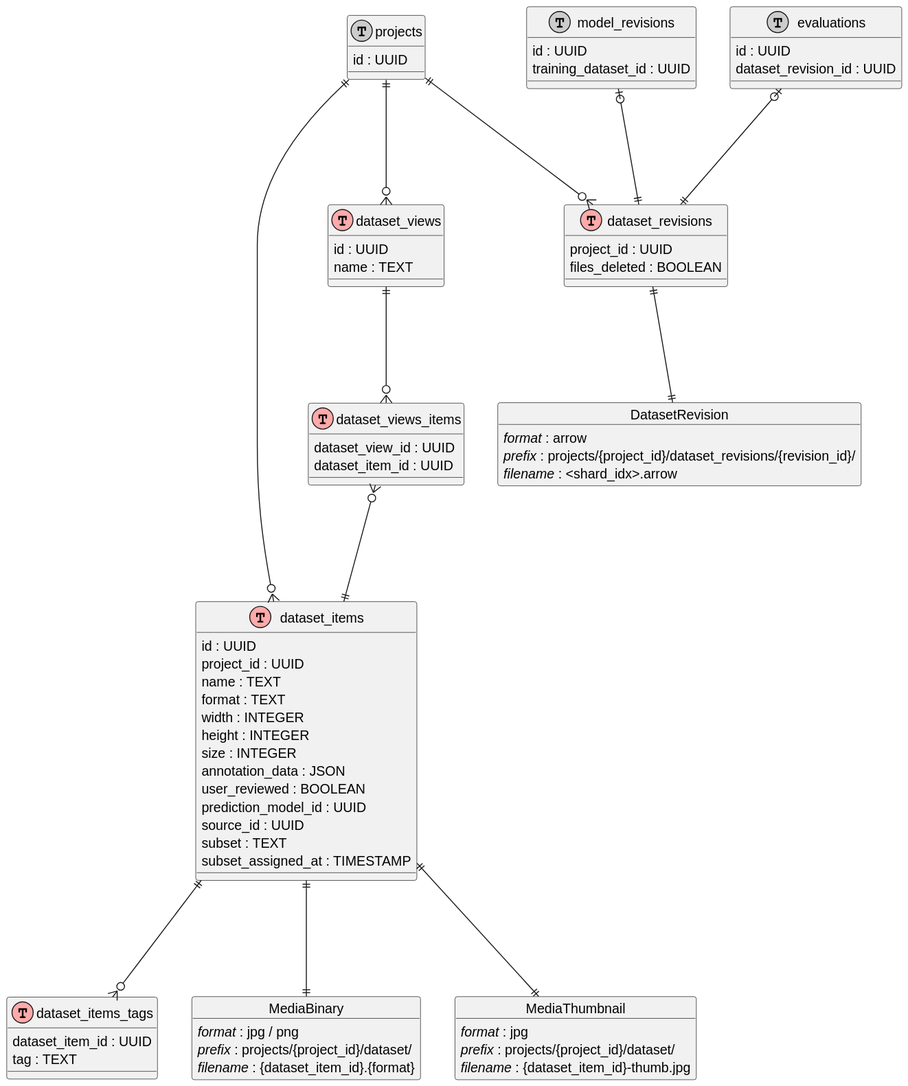
Above: application/docs/media/storage/datasets.svg in Unity-Billal-mesloub/training_extensions. (PlantUML), before the change. Source of this version:
```plantuml
@startuml
class dataset_items << (T,#FFAAAA) >> {
  id : UUID
  project_id : UUID
  name : TEXT
  format : TEXT
  width : INTEGER
  height : INTEGER
  size : INTEGER
  annotation_data : JSON
  user_reviewed : BOOLEAN
  prediction_model_id : UUID
  source_id : UUID
  subset : TEXT
  subset_assigned_at : TIMESTAMP
}

class dataset_items_tags << (T,#FFAAAA) >> {
  dataset_item_id : UUID
  tag : TEXT
}

dataset_items ||---o{ dataset_items_tags

class dataset_views << (T,#FFAAAA) >> {
  id : UUID
  name : TEXT
}

class dataset_views_items << (T,#FFAAAA) >> {
  dataset_view_id : UUID
  dataset_item_id : UUID
}

dataset_views ||---o{ dataset_views_items

dataset_views_items }o---|| dataset_items

class dataset_revisions << (T,#FFAAAA) >> {
  project_id : UUID
  files_deleted : BOOLEAN
}

object MediaBinary {
  <i>format</i> : jpg / png
  <i>prefix</i> : projects/{project_id}/dataset/
  <i>filename</i> : {dataset_item_id}.{format}
}

object MediaThumbnail {
  <i>format</i> : jpg
  <i>prefix</i> : projects/{project_id}/dataset/
  <i>filename</i> : {dataset_item_id}-thumb.jpg
}

object DatasetRevision {
  <i>format</i> : arrow
  <i>prefix</i> : projects/{project_id}/dataset_revisions/{revision_id}/
  <i>filename</i> : <shard_idx>.arrow
}

dataset_items ||---|| MediaBinary

dataset_items ||---|| MediaThumbnail

dataset_revisions ||---|| DatasetRevision

class projects << (T,#CCCCCC) >> {
  id : UUID
}

projects ||---o{ dataset_items
projects ||---o{ dataset_views
projects ||---o{ dataset_revisions

class model_revisions << (T,#CCCCCC) >> {
  id : UUID
  training_dataset_id : UUID
}

model_revisions |o---|| dataset_revisions

class evaluations << (T,#CCCCCC) >> {
  id : UUID
  dataset_revision_id : UUID
}

evaluations |o---|| dataset_revisions
@enduml
```
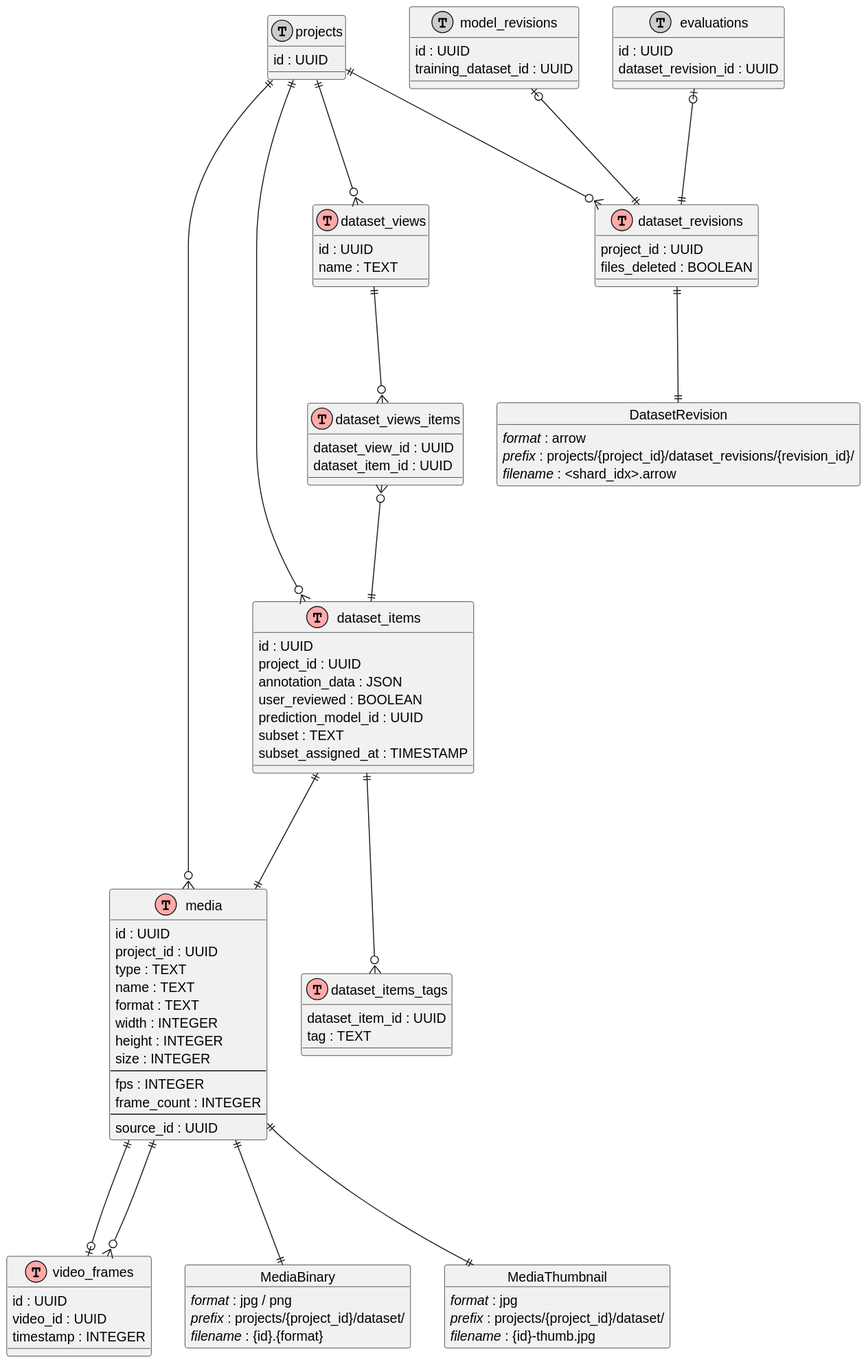
Later version of the same file.

Commit message:
Video upload design (#5224)

The edit, as a diff of the source:
```diff
@@ -1,16 +1,33 @@
 @startuml
-class dataset_items << (T,#FFAAAA) >> {
+
+class media << (T,#FFAAAA) >> {
   id : UUID
   project_id : UUID
+  type : TEXT
   name : TEXT
   format : TEXT
   width : INTEGER
   height : INTEGER
   size : INTEGER
+  --
+  fps : INTEGER
+  frame_count : INTEGER
+  --
+  source_id : UUID
+}
+
+class video_frames << (T,#FFAAAA) >> {
+  id : UUID
+  video_id : UUID
+  timestamp : INTEGER
+}
+
+class dataset_items << (T,#FFAAAA) >> {
+  id : UUID
+  project_id : UUID
   annotation_data : JSON
   user_reviewed : BOOLEAN
   prediction_model_id : UUID
-  source_id : UUID
   subset : TEXT
   subset_assigned_at : TIMESTAMP
 }
@@ -44,13 +61,13 @@
 object MediaBinary {
   <i>format</i> : jpg / png
   <i>prefix</i> : projects/{project_id}/dataset/
-  <i>filename</i> : {dataset_item_id}.{format}
+  <i>filename</i> : {id}.{format}
 }
 
 object MediaThumbnail {
   <i>format</i> : jpg
   <i>prefix</i> : projects/{project_id}/dataset/
-  <i>filename</i> : {dataset_item_id}-thumb.jpg
+  <i>filename</i> : {id}-thumb.jpg
 }
 
 object DatasetRevision {
@@ -58,10 +75,6 @@
   <i>prefix</i> : projects/{project_id}/dataset_revisions/{revision_id}/
   <i>filename</i> : <shard_idx>.arrow
 }
-
-dataset_items ||---|| MediaBinary
-
-dataset_items ||---|| MediaThumbnail
 
 dataset_revisions ||---|| DatasetRevision
 
@@ -72,6 +85,15 @@
 projects ||---o{ dataset_items
 projects ||---o{ dataset_views
 projects ||---o{ dataset_revisions
+projects ||---o{ media
+
+dataset_items ||---|| media
+
+
+media ||---o| video_frames
+media ||---o{ video_frames
+media ||---|| MediaBinary
+media ||---|| MediaThumbnail
 
 class model_revisions << (T,#CCCCCC) >> {
   id : UUID
```
